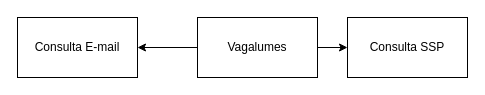
Earlier version of the draw.io diagram Diagramas/diagrama_contexto.drawio.xml (frqnk/2023.1-1sem-PI-Grupo5). Source tidied: cells renumbered, new cells numbered last; positions are measured from the earlier drawing's top-left corner, leaving out a move shared by most shapes. Both pictures are drawn from the tidied source at 100%, with x=0, y=0 at pixel (17, 17).
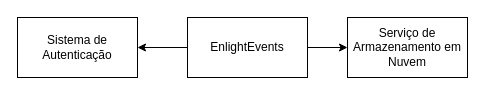
Above is the later version.

Change to the diagram source:
```diff
@@
 <mxGraphModel>
   <root>
     <mxCell id="0" />
     <mxCell id="1" parent="0" />
     <mxCell id="2" style="edgeStyle=orthogonalEdgeStyle;rounded=0;jettySize=auto;html=1;exitX=0;exitY=0.5;exitDx=0;exitDy=0;" parent="1" edge="1" source="3" target="4">
       <mxGeometry relative="1" as="geometry" />
     </mxCell>
-    <mxCell id="3" value="Vagalumes" style="rounded=0;whiteSpace=wrap;html=1;" parent="1" vertex="1">
-      <mxGeometry x="180" width="120" height="60" as="geometry" />
+    <mxCell id="3" value="EnlightEvents" style="rounded=0;whiteSpace=wrap;html=1;" parent="1" vertex="1">
+      <mxGeometry x="170" width="120" height="60" as="geometry" />
     </mxCell>
-    <mxCell id="4" value="Consulta E-mail" style="rounded=0;whiteSpace=wrap;html=1;" parent="1" vertex="1">
+    <mxCell id="4" value="Sistema de Autenticação" style="rounded=0;whiteSpace=wrap;html=1;" parent="1" vertex="1">
       <mxGeometry width="120" height="60" as="geometry" />
     </mxCell>
-    <mxCell id="5" value="Consulta SSP" style="rounded=0;whiteSpace=wrap;html=1;" parent="1" vertex="1">
+    <mxCell id="5" value="Serviço de Armazenamento em Nuvem" style="rounded=0;whiteSpace=wrap;html=1;" parent="1" vertex="1">
       <mxGeometry x="330" width="120" height="60" as="geometry" />
     </mxCell>
     <mxCell id="6" style="endArrow=classic;html=1;rounded=0;" parent="1" edge="1" source="3" target="5">
       <mxGeometry relative="1" as="geometry" />
     </mxCell>
   </root>
 </mxGraphModel>
```
